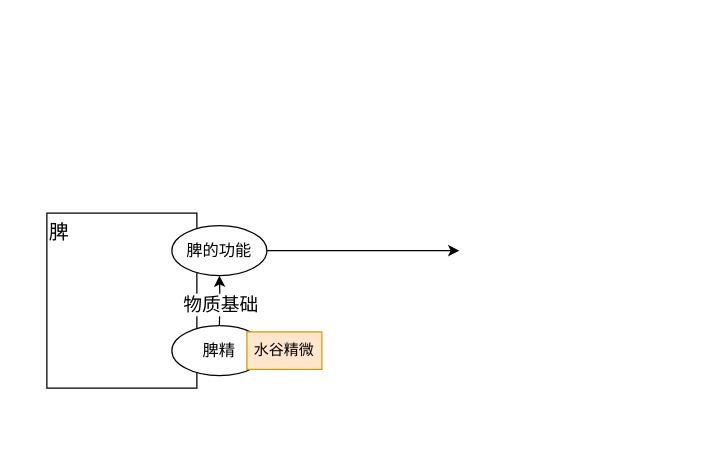
328507133/chart keeps this draw.io diagram as 医门推敲叁/中医藏象学说/藏像学说之脾/脾精、脾气、脾阴、脾阳/脾精.drawio. Above is the earlier version. Source tidied: cells renumbered, new cells numbered last; positions are measured from the earlier drawing's top-left corner, leaving out a move shared by most shapes. Both pictures are drawn from the tidied source at 125%, with x=0, y=0 at pixel (21, 212).
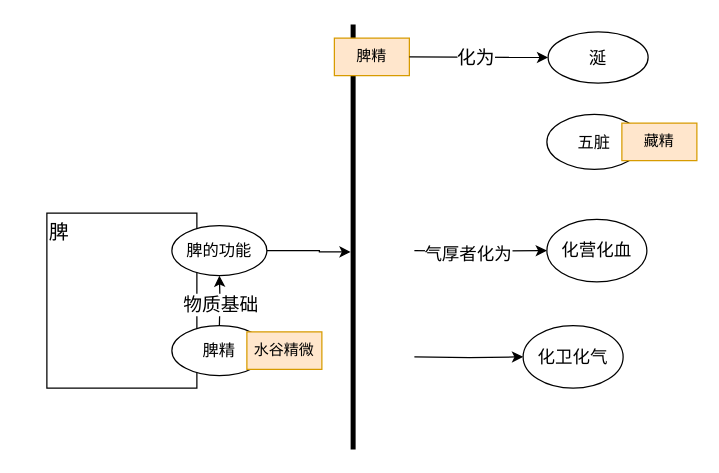
The same page after the edit.

Unchanged cells that the change refers to:
```xml
<mxCell id="11" value="脾的功能" style="ellipse;whiteSpace=wrap;html=1;fontSize=13;" parent="1" vertex="1">
  <mxGeometry x="120" y="10" width="76" height="40" as="geometry" />
</mxCell>
```

The edit, as a diff of the source:
```diff
@@
-    <mxCell id="10" style="edgeStyle=orthogonalEdgeStyle;rounded=0;jettySize=auto;html=1;exitX=1;exitY=0.5;exitDx=0;exitDy=0;" parent="1" edge="1" source="11">
-      <mxGeometry relative="1" as="geometry">
-        <mxPoint x="350" y="30" as="targetPoint" />
-      </mxGeometry>
-    </mxCell>
+    <mxCell id="12" style="edgeStyle=orthogonalEdgeStyle;rounded=0;jettySize=auto;html=1;exitX=1;exitY=0.5;exitDx=0;exitDy=0;" parent="1" edge="1" source="11" target="21">
+      <mxGeometry relative="1" as="geometry">
+        <Array as="points">
+          <mxPoint x="238" y="30" />
+          <mxPoint x="238" y="31" />
+        </Array>
+      </mxGeometry>
+    </mxCell>
@@
+    <mxCell id="13" style="edgeStyle=orthogonalEdgeStyle;rounded=0;jettySize=auto;html=1;exitX=1;exitY=0.5;exitDx=0;exitDy=0;" parent="1" edge="1" target="18">
+      <mxGeometry relative="1" as="geometry">
+        <mxPoint x="314" y="30" as="sourcePoint" />
+      </mxGeometry>
+    </mxCell>
+    <mxCell id="14" value="气厚者化为" style="edgeLabel;html=1;align=center;verticalAlign=middle;fontSize=14;" parent="13" vertex="1">
+      <mxGeometry x="-0.19" y="-2" relative="1" as="geometry" />
+    </mxCell>
+    <mxCell id="15" style="edgeStyle=orthogonalEdgeStyle;rounded=0;jettySize=auto;html=1;exitX=1;exitY=0.75;exitDx=0;exitDy=0;" parent="1" edge="1" target="19">
+      <mxGeometry relative="1" as="geometry">
+        <mxPoint x="314" y="115" as="sourcePoint" />
+      </mxGeometry>
+    </mxCell>
+    <mxCell id="16" value="五脏" style="ellipse;whiteSpace=wrap;html=1;fontSize=13;" parent="1" vertex="1">
+      <mxGeometry x="420" y="-79" width="76" height="44" as="geometry" />
+    </mxCell>
+    <mxCell id="17" value="藏精" style="text;html=1;strokeColor=#d79b00;fillColor=#ffe6cc;align=center;verticalAlign=middle;whiteSpace=wrap;rounded=0;" parent="1" vertex="1">
+      <mxGeometry x="480" y="-72" width="60" height="30" as="geometry" />
+    </mxCell>
+    <mxCell id="18" value="化营化血" style="ellipse;whiteSpace=wrap;html=1;fontSize=14;" parent="1" vertex="1">
+      <mxGeometry x="420" y="5" width="80" height="50" as="geometry" />
+    </mxCell>
+    <mxCell id="19" value="化卫化气" style="ellipse;whiteSpace=wrap;html=1;fontSize=14;" parent="1" vertex="1">
+      <mxGeometry x="401" y="90" width="80" height="50" as="geometry" />
+    </mxCell>
+    <mxCell id="20" value="涎" style="ellipse;whiteSpace=wrap;html=1;fontSize=14;" parent="1" vertex="1">
+      <mxGeometry x="421" y="-145" width="80" height="41" as="geometry" />
+    </mxCell>
+    <mxCell id="21" style="line;strokeWidth=4;direction=south;html=1;perimeter=backbonePerimeter;points=[];outlineConnect=0;" parent="1" vertex="1">
+      <mxGeometry x="260" y="-151" width="10" height="340" as="geometry" />
+    </mxCell>
+    <mxCell id="22" value="脾精" style="text;html=1;strokeColor=#d79b00;fillColor=#ffe6cc;align=center;verticalAlign=middle;whiteSpace=wrap;rounded=0;" parent="1" vertex="1">
+      <mxGeometry x="250" y="-140" width="60" height="30" as="geometry" />
+    </mxCell>
+    <mxCell id="23" style="endArrow=classic;html=1;rounded=0;entryX=0;entryY=0.5;entryDx=0;entryDy=0;exitX=1;exitY=0.5;exitDx=0;exitDy=0;" parent="1" edge="1" source="22" target="20">
+      <mxGeometry relative="1" as="geometry" />
+    </mxCell>
+    <mxCell id="24" value="化为" style="edgeLabel;html=1;align=center;verticalAlign=middle;fontSize=15;" parent="23" vertex="1">
+      <mxGeometry x="-0.07" y="1" relative="1" as="geometry" />
+    </mxCell>
```
